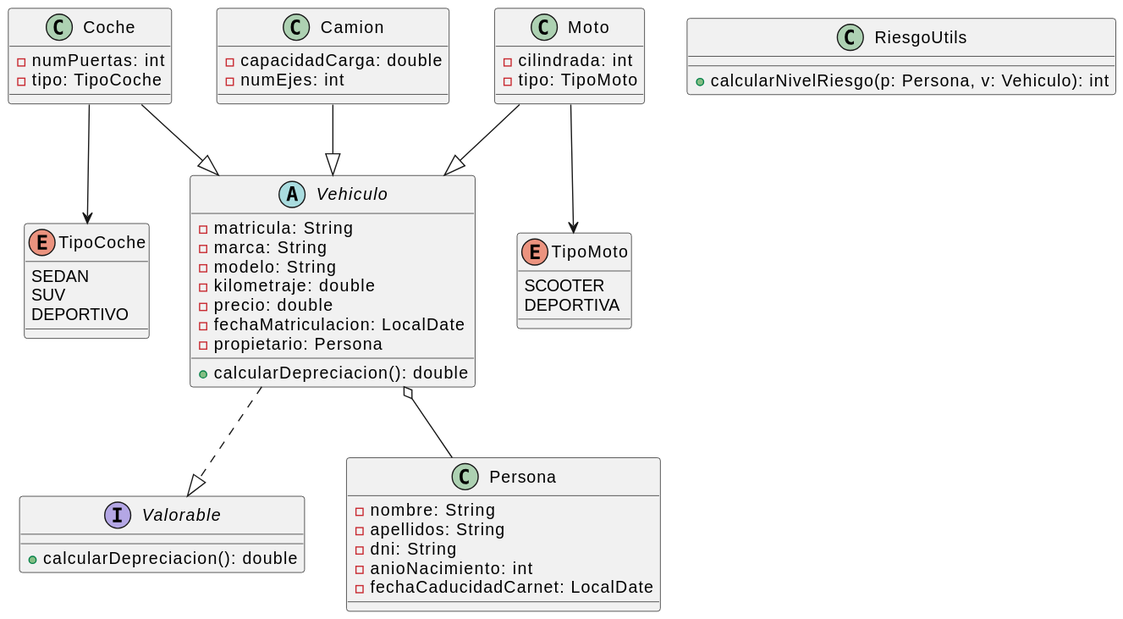
Earlier version of the PlantUML export UML/diagramaclases.svg (Leal3/UT5_ED_Prog). Source of this version:
```plantuml
@startuml
interface Valorable {
    +calcularDepreciacion(): double
}

abstract class Vehiculo {
    - matricula: String
    - marca: String
    - modelo: String
    - kilometraje: double
    - precio: double
    - fechaMatriculacion: LocalDate
    - propietario: Persona
    +calcularDepreciacion(): double
}

class Coche {
    - numPuertas: int
    - tipo: TipoCoche
}

class Moto {
    - cilindrada: int
    - tipo: TipoMoto
}

class Camion {
    - capacidadCarga: double
    - numEjes: int
}

class Persona {
    - nombre: String
    - apellidos: String
    - dni: String
    - anioNacimiento: int
    - fechaCaducidadCarnet: LocalDate
}

class RiesgoUtils {
    +calcularNivelRiesgo(p: Persona, v: Vehiculo): int
}

enum TipoCoche {
    SEDAN
    SUV
    DEPORTIVO
}

enum TipoMoto {
    SCOOTER
    DEPORTIVA
}

Vehiculo ..|> Valorable
Coche --|> Vehiculo
Moto --|> Vehiculo
Camion --|> Vehiculo
Vehiculo o-- Persona
Coche --> TipoCoche
Moto --> TipoMoto
@enduml
```
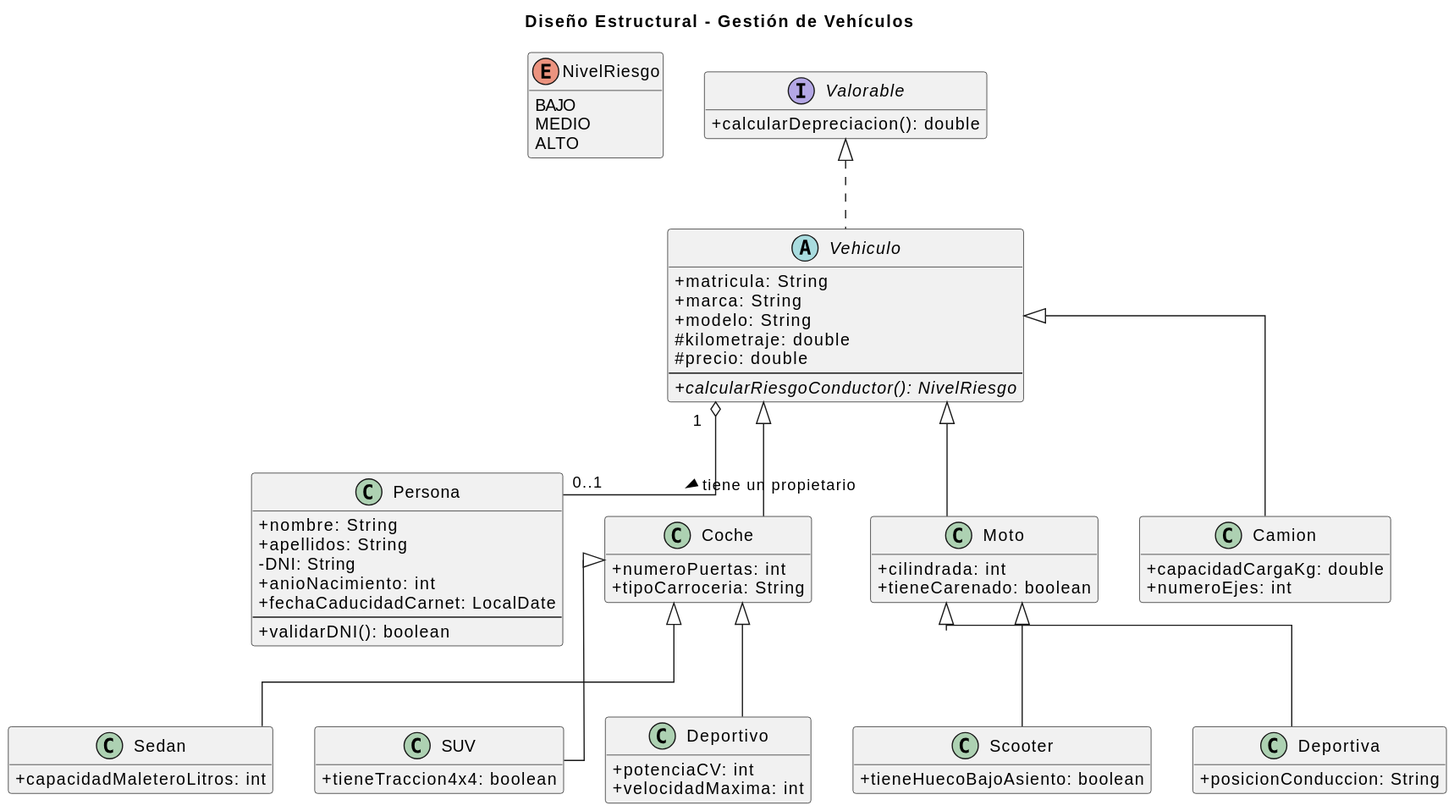
Later version of the same file.

What changed in the source:
```diff
@@ -1,62 +1,73 @@
 @startuml
+title Diseño Estructural - Gestión de Vehículos
+
+skinparam classAttributeIconSize 0
+skinparam linetype ortho
+hide empty members
+
+enum NivelRiesgo {
+  BAJO
+  MEDIO
+  ALTO
+}
+
 interface Valorable {
-    +calcularDepreciacion(): double
+  + calcularDepreciacion(): double
+}
+
+class Persona {
+  + nombre: String
+  + apellidos: String
+  - DNI: String
+  + anioNacimiento: int
+  + fechaCaducidadCarnet: LocalDate
+  --
+  + validarDNI(): boolean
 }
 
 abstract class Vehiculo {
-    - matricula: String
-    - marca: String
-    - modelo: String
-    - kilometraje: double
-    - precio: double
-    - fechaMatriculacion: LocalDate
-    - propietario: Persona
-    +calcularDepreciacion(): double
+  + matricula: String
+  + marca: String
+  + modelo: String
+  # kilometraje: double
+  # precio: double
+  --
+  + {abstract} calcularRiesgoConductor(): NivelRiesgo
 }
 
-class Coche {
-    - numPuertas: int
-    - tipo: TipoCoche
+Vehiculo "1" o-- "0..1" Persona : "tiene un propietario >"
+Valorable <|.. Vehiculo
+
+class Coche extends Vehiculo {
+  + numeroPuertas: int
+  + tipoCarroceria: String
 }
 
-class Moto {
-    - cilindrada: int
-    - tipo: TipoMoto
+class Moto extends Vehiculo {
+  + cilindrada: int
+  + tieneCarenado: boolean
 }
 
-class Camion {
-    - capacidadCarga: double
-    - numEjes: int
+class Camion extends Vehiculo {
+  + capacidadCargaKg: double
+  + numeroEjes: int
 }
 
-class Persona {
-    - nombre: String
-    - apellidos: String
-    - dni: String
-    - anioNacimiento: int
-    - fechaCaducidadCarnet: LocalDate
+class Sedan extends Coche {
+  + capacidadMaleteroLitros: int
+}
+class SUV extends Coche {
+  + tieneTraccion4x4: boolean
+}
+class Deportivo extends Coche {
+  + potenciaCV: int
+  + velocidadMaxima: int
 }
 
-class RiesgoUtils {
-    +calcularNivelRiesgo(p: Persona, v: Vehiculo): int
+class Scooter extends Moto {
+  + tieneHuecoBajoAsiento: boolean
 }
-
-enum TipoCoche {
-    SEDAN
-    SUV
-    DEPORTIVO
+class Deportiva extends Moto {
+  + posicionConduccion: String
 }
-
-enum TipoMoto {
-    SCOOTER
-    DEPORTIVA
-}
-
-Vehiculo ..|> Valorable
-Coche --|> Vehiculo
-Moto --|> Vehiculo
-Camion --|> Vehiculo
-Vehiculo o-- Persona
-Coche --> TipoCoche
-Moto --> TipoMoto
 @enduml
```
